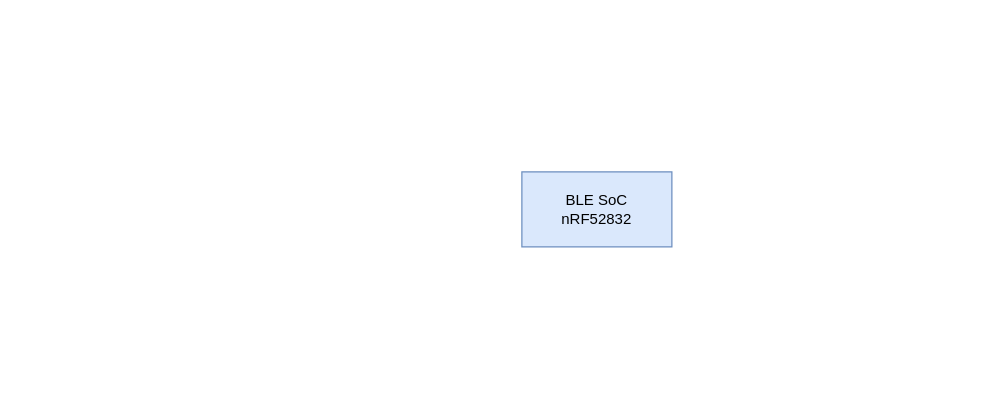
robotitect/dice2 keeps this draw.io diagram as dice2.drawio. Above is the earlier version. Source tidied: cells renumbered, new cells numbered last; positions are measured from the earlier drawing's top-left corner, leaving out a move shared by most shapes. Both pictures are drawn from the tidied source at 125%, with x=0, y=0 at pixel (521, 171).
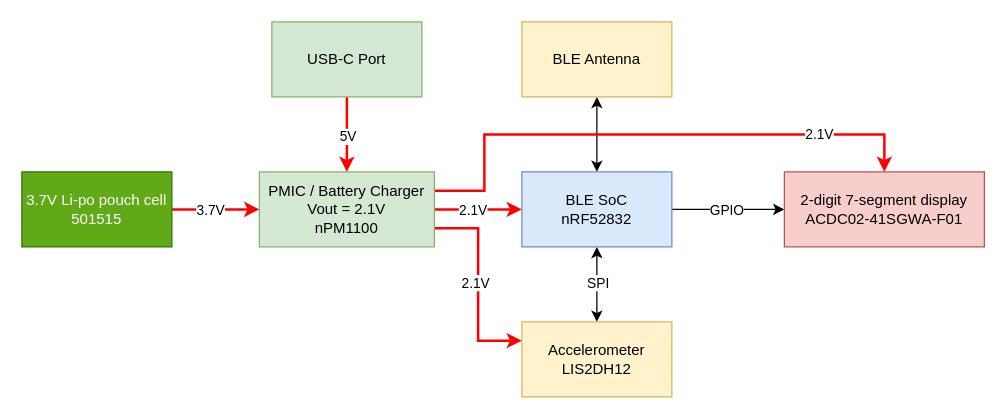
Above is the later version.

Commit message:
Update block diagram

The change refers to these unchanged cells:
```xml
<mxCell id="2" value="&lt;div&gt;BLE SoC&lt;/div&gt;&lt;div&gt;nRF52832&lt;/div&gt;" style="rounded=0;whiteSpace=wrap;html=1;fillColor=#dae8fc;strokeColor=#6c8ebf;" parent="1" vertex="1">
  <mxGeometry width="120" height="60" as="geometry" />
</mxCell>
```

What changed in the source:
```diff
@@
+    <mxCell id="3" style="edgeStyle=orthogonalEdgeStyle;rounded=0;jettySize=auto;html=1;entryX=0;entryY=0.5;entryDx=0;entryDy=0;" parent="1" edge="1" source="2" target="8">
+      <mxGeometry relative="1" as="geometry" />
+    </mxCell>
+    <mxCell id="4" value="&lt;div&gt;GPIO&lt;/div&gt;" style="edgeLabel;html=1;align=center;verticalAlign=middle;" parent="3" vertex="1">
+      <mxGeometry x="-0.28" y="2" relative="1" as="geometry">
+        <mxPoint x="11" y="2" as="offset" />
+      </mxGeometry>
+    </mxCell>
+    <mxCell id="5" style="edgeStyle=orthogonalEdgeStyle;rounded=0;jettySize=auto;html=1;entryX=0.5;entryY=1;entryDx=0;entryDy=0;startArrow=classic;startFill=1;" parent="1" edge="1" source="2" target="9">
+      <mxGeometry relative="1" as="geometry" />
+    </mxCell>
+    <mxCell id="6" style="edgeStyle=orthogonalEdgeStyle;rounded=0;jettySize=auto;html=1;entryX=0.5;entryY=0;entryDx=0;entryDy=0;startArrow=classic;startFill=1;" parent="1" edge="1" source="2" target="10">
+      <mxGeometry relative="1" as="geometry" />
+    </mxCell>
+    <mxCell id="7" value="&lt;div&gt;SPI&lt;/div&gt;" style="edgeLabel;html=1;align=center;verticalAlign=middle;" parent="6" vertex="1">
+      <mxGeometry x="-0.07" y="2" relative="1" as="geometry">
+        <mxPoint x="-2" as="offset" />
+      </mxGeometry>
+    </mxCell>
@@
+    <mxCell id="8" value="&lt;div&gt;2-digit 7-segment display&lt;/div&gt;&lt;div&gt;ACDC02-41SGWA-F01&lt;/div&gt;" style="rounded=0;whiteSpace=wrap;html=1;fillColor=#f8cecc;strokeColor=#b85450;" parent="1" vertex="1">
+      <mxGeometry x="210" width="160" height="60" as="geometry" />
+    </mxCell>
+    <mxCell id="9" value="&lt;div&gt;BLE Antenna&lt;/div&gt;" style="rounded=0;whiteSpace=wrap;html=1;fillColor=#fff2cc;strokeColor=#d6b656;" parent="1" vertex="1">
+      <mxGeometry y="-120" width="120" height="60" as="geometry" />
+    </mxCell>
+    <mxCell id="10" value="&lt;div&gt;Accelerometer&lt;/div&gt;&lt;div&gt;LIS2DH12&lt;/div&gt;" style="rounded=0;whiteSpace=wrap;html=1;fillColor=#fff2cc;strokeColor=#d6b656;" parent="1" vertex="1">
+      <mxGeometry y="120" width="120" height="60" as="geometry" />
+    </mxCell>
+    <mxCell id="11" style="edgeStyle=orthogonalEdgeStyle;rounded=0;jettySize=auto;html=1;entryX=0;entryY=0.5;entryDx=0;entryDy=0;strokeWidth=2;strokeColor=#FF0000;" parent="1" edge="1" source="17" target="2">
+      <mxGeometry relative="1" as="geometry" />
+    </mxCell>
+    <mxCell id="12" value="2.1V" style="edgeLabel;html=1;align=center;verticalAlign=middle;" parent="11" vertex="1">
+      <mxGeometry x="-0.31" y="-3" relative="1" as="geometry">
+        <mxPoint x="6" y="-3" as="offset" />
+      </mxGeometry>
+    </mxCell>
+    <mxCell id="13" style="edgeStyle=orthogonalEdgeStyle;rounded=0;jettySize=auto;html=1;exitX=1;exitY=0.25;exitDx=0;exitDy=0;entryX=0.5;entryY=0;entryDx=0;entryDy=0;strokeWidth=2;strokeColor=#FF0000;" parent="1" edge="1" source="17" target="8">
+      <mxGeometry relative="1" as="geometry">
+        <Array as="points">
+          <mxPoint x="-30" y="15" />
+          <mxPoint x="-30" y="-30" />
+          <mxPoint x="290" y="-30" />
+        </Array>
+      </mxGeometry>
+    </mxCell>
+    <mxCell id="14" value="2.1V" style="edgeLabel;html=1;align=center;verticalAlign=middle;" parent="13" vertex="1">
+      <mxGeometry x="0.62" y="1" relative="1" as="geometry" />
+    </mxCell>
+    <mxCell id="15" style="edgeStyle=orthogonalEdgeStyle;rounded=0;jettySize=auto;html=1;exitX=1;exitY=0.75;exitDx=0;exitDy=0;entryX=0;entryY=0.25;entryDx=0;entryDy=0;strokeWidth=2;strokeColor=#FF0000;" parent="1" edge="1" source="17" target="10">
+      <mxGeometry relative="1" as="geometry" />
+    </mxCell>
+    <mxCell id="16" value="&lt;div&gt;2.1V&lt;/div&gt;" style="edgeLabel;html=1;align=center;verticalAlign=middle;" parent="15" vertex="1">
+      <mxGeometry x="-0.03" y="-3" relative="1" as="geometry" />
+    </mxCell>
+    <mxCell id="17" value="&lt;div&gt;PMIC / Battery Charger&lt;/div&gt;&lt;div&gt;Vout = 2.1V&lt;/div&gt;&lt;div&gt;nPM1100&lt;/div&gt;" style="rounded=0;whiteSpace=wrap;html=1;fillColor=#d5e8d4;strokeColor=#82b366;" parent="1" vertex="1">
+      <mxGeometry x="-210" width="140" height="60" as="geometry" />
+    </mxCell>
+    <mxCell id="18" style="edgeStyle=orthogonalEdgeStyle;rounded=0;jettySize=auto;html=1;entryX=0;entryY=0.5;entryDx=0;entryDy=0;strokeWidth=2;strokeColor=#FF0000;" parent="1" edge="1" source="20" target="17">
+      <mxGeometry relative="1" as="geometry" />
+    </mxCell>
+    <mxCell id="19" value="3.7V" style="edgeLabel;html=1;align=center;verticalAlign=middle;" parent="18" vertex="1">
+      <mxGeometry x="-0.2" y="1" relative="1" as="geometry">
+        <mxPoint x="2" y="1" as="offset" />
+      </mxGeometry>
+    </mxCell>
+    <mxCell id="20" value="&lt;div&gt;3.7V Li-po pouch cell&lt;/div&gt;&lt;div&gt;501515&lt;/div&gt;" style="rounded=0;whiteSpace=wrap;html=1;fillColor=#60a917;strokeColor=#2D7600;fontColor=#ffffff;" parent="1" vertex="1">
+      <mxGeometry x="-400" width="120" height="60" as="geometry" />
+    </mxCell>
+    <mxCell id="21" style="edgeStyle=orthogonalEdgeStyle;rounded=0;jettySize=auto;html=1;entryX=0.5;entryY=0;entryDx=0;entryDy=0;strokeWidth=2;strokeColor=#FF0000;" parent="1" edge="1" source="23" target="17">
+      <mxGeometry relative="1" as="geometry" />
+    </mxCell>
+    <mxCell id="22" value="&lt;div&gt;5V&lt;/div&gt;" style="edgeLabel;html=1;align=center;verticalAlign=middle;" parent="21" vertex="1">
+      <mxGeometry x="0.04" relative="1" as="geometry" />
+    </mxCell>
+    <mxCell id="23" value="USB-C Port" style="whiteSpace=wrap;html=1;fillColor=#d5e8d4;strokeColor=#82b366;" parent="1" vertex="1">
+      <mxGeometry x="-200" y="-120" width="120" height="60" as="geometry" />
+    </mxCell>
```
